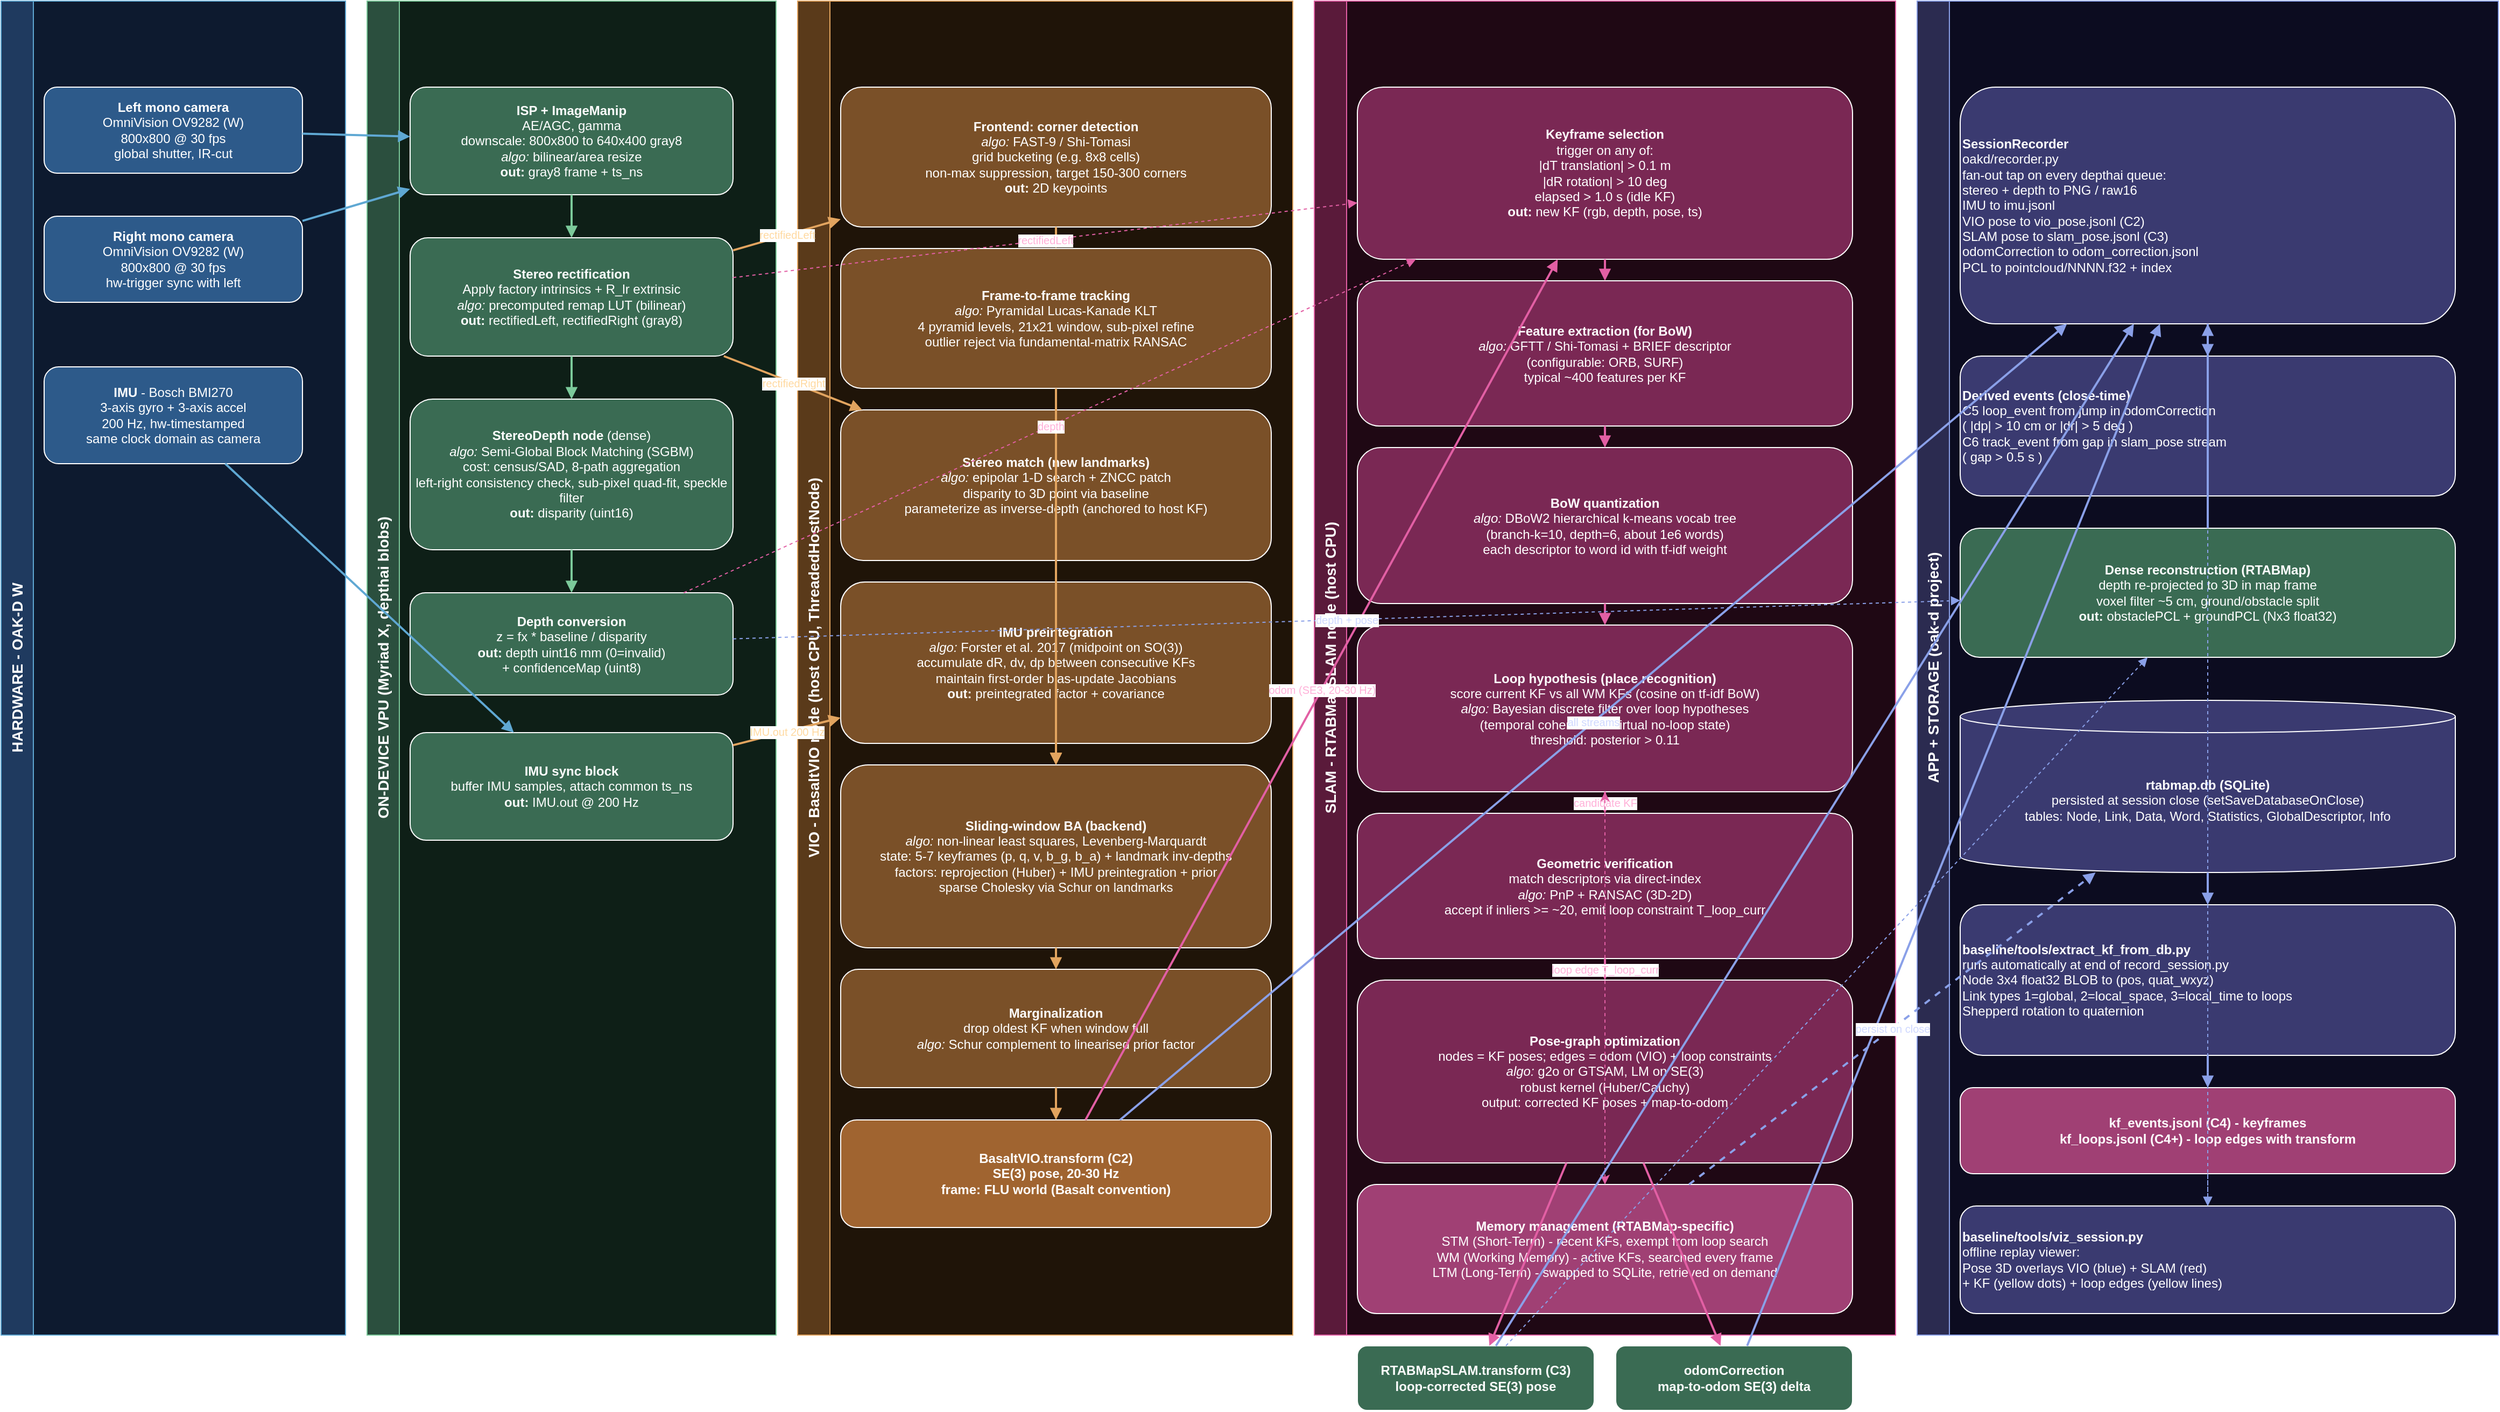
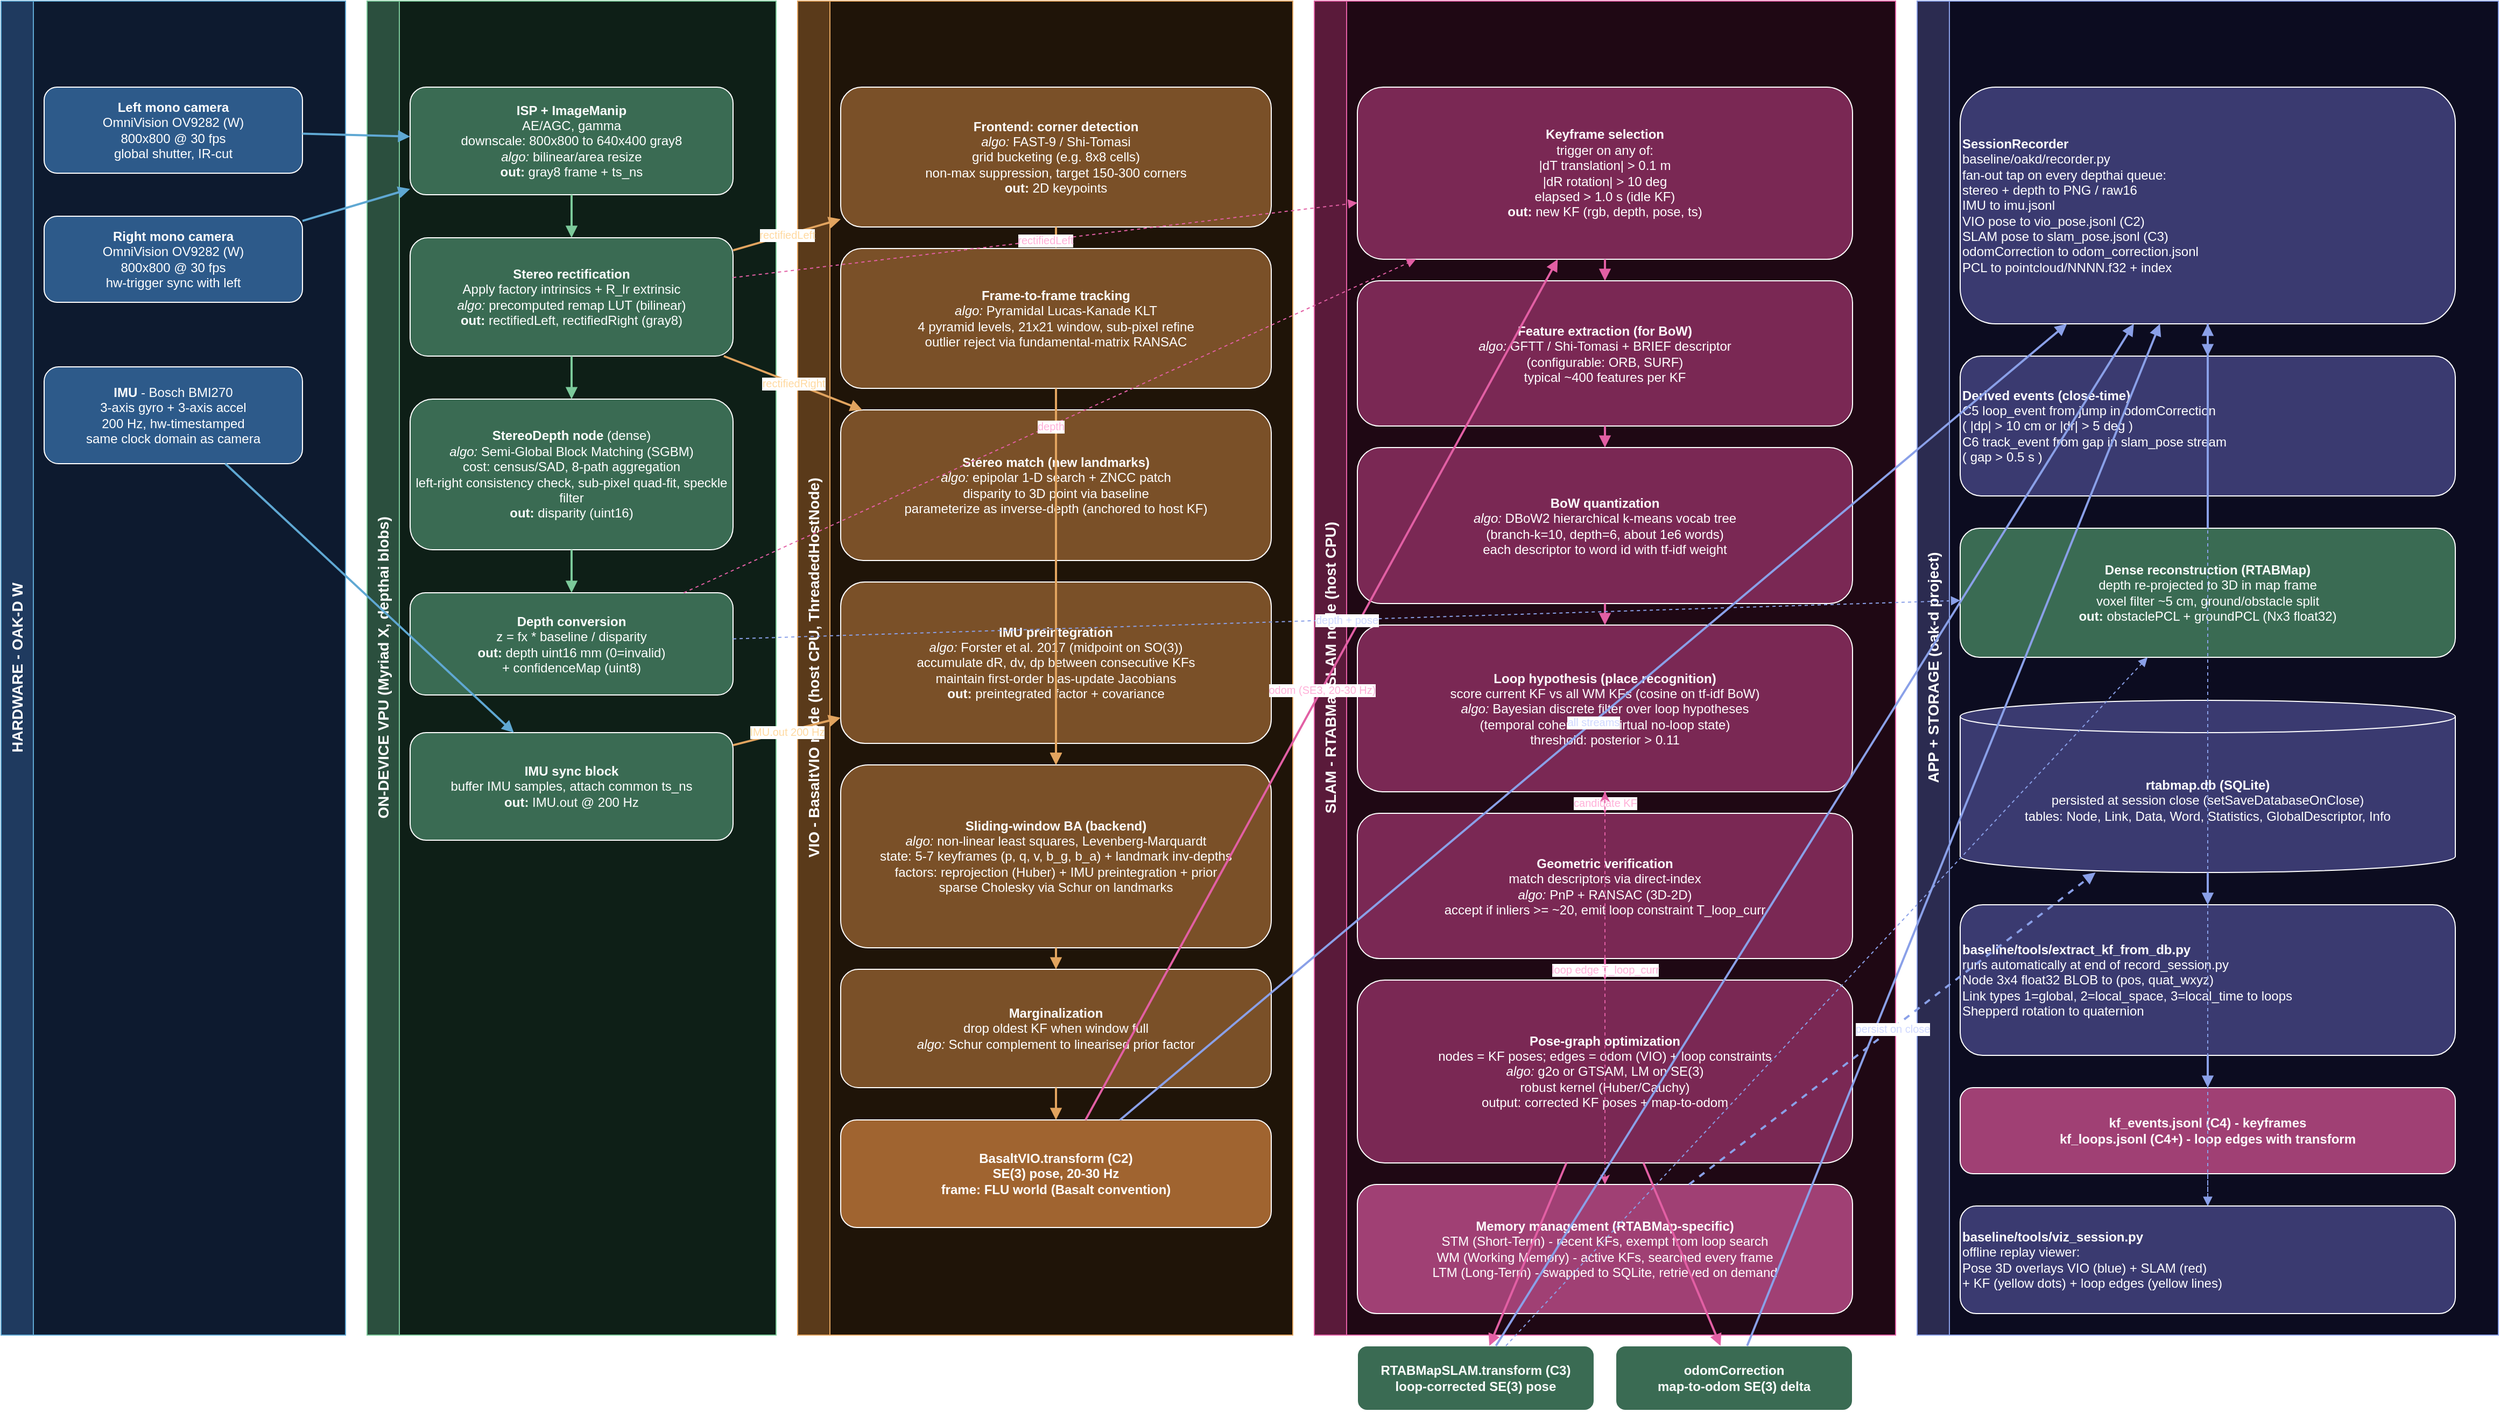
<mxfile host="app.diagrams.net" agent="copilot" version="24.0.0">
  <diagram name="OAK-D SLAM pipeline" id="pipeline">
    <mxGraphModel dx="1800" dy="1100" grid="1" gridSize="10" guides="1" tooltips="1" connect="1" arrows="1" fold="1" page="1" pageScale="1" pageWidth="2400" pageHeight="1400" math="0" shadow="0">
      <root>
        <mxCell id="0" />
        <mxCell id="1" parent="0" />
        <mxCell id="lane_hw" value="HARDWARE - OAK-D W" style="html=1;swimlane;horizontal=0;startSize=30;fillColor=#1f3a5f;strokeColor=#5fa8d3;fontColor=#ffffff;fontSize=14;fontStyle=1;swimlaneFillColor=#0d1a2f;" vertex="1" parent="1">
          <mxGeometry x="40" y="40" width="320" height="1240" as="geometry" />
        </mxCell>
        <mxCell id="lane_vpu" value="ON-DEVICE VPU (Myriad X, depthai blobs)" style="html=1;swimlane;horizontal=0;startSize=30;fillColor=#2b4f3e;strokeColor=#7bc99a;fontColor=#ffffff;fontSize=14;fontStyle=1;swimlaneFillColor=#0e1f17;" vertex="1" parent="1">
          <mxGeometry x="380" y="40" width="380" height="1240" as="geometry" />
        </mxCell>
        <mxCell id="lane_vio" value="VIO - BasaltVIO node (host CPU, ThreadedHostNode)" style="html=1;swimlane;horizontal=0;startSize=30;fillColor=#5a3a1a;strokeColor=#e2a45f;fontColor=#ffffff;fontSize=14;fontStyle=1;swimlaneFillColor=#1f1408;" vertex="1" parent="1">
          <mxGeometry x="780" y="40" width="460" height="1240" as="geometry" />
        </mxCell>
        <mxCell id="lane_slam" value="SLAM - RTABMapSLAM node (host CPU)" style="html=1;swimlane;horizontal=0;startSize=30;fillColor=#5a1a3a;strokeColor=#e25fa4;fontColor=#ffffff;fontSize=14;fontStyle=1;swimlaneFillColor=#1f0814;" vertex="1" parent="1">
          <mxGeometry x="1260" y="40" width="540" height="1240" as="geometry" />
        </mxCell>
        <mxCell id="lane_out" value="APP + STORAGE (oak-d project)" style="html=1;swimlane;horizontal=0;startSize=30;fillColor=#2b2b50;strokeColor=#8aa0e8;fontColor=#ffffff;fontSize=14;fontStyle=1;swimlaneFillColor=#0c0c20;" vertex="1" parent="1">
          <mxGeometry x="1820" y="40" width="540" height="1240" as="geometry" />
        </mxCell>
        <mxCell id="caml" value="&lt;b&gt;Left mono camera&lt;/b&gt;&#10;OmniVision OV9282 (W)&#10;800x800 @ 30 fps&#10;global shutter, IR-cut" style="html=1;rounded=1;fillColor=#2d5a8a;strokeColor=#ffffff;fontColor=#ffffff;align=center;whiteSpace=wrap;" vertex="1" parent="1">
          <mxGeometry x="80" y="120" width="240" height="80" as="geometry" />
        </mxCell>
        <mxCell id="camr" value="&lt;b&gt;Right mono camera&lt;/b&gt;&#10;OmniVision OV9282 (W)&#10;800x800 @ 30 fps&#10;hw-trigger sync with left" style="html=1;rounded=1;fillColor=#2d5a8a;strokeColor=#ffffff;fontColor=#ffffff;align=center;whiteSpace=wrap;" vertex="1" parent="1">
          <mxGeometry x="80" y="240" width="240" height="80" as="geometry" />
        </mxCell>
        <mxCell id="imu" value="&lt;b&gt;IMU&lt;/b&gt; - Bosch BMI270&#10;3-axis gyro + 3-axis accel&#10;200 Hz, hw-timestamped&#10;same clock domain as camera" style="html=1;rounded=1;fillColor=#2d5a8a;strokeColor=#ffffff;fontColor=#ffffff;align=center;whiteSpace=wrap;" vertex="1" parent="1">
          <mxGeometry x="80" y="380" width="240" height="90" as="geometry" />
        </mxCell>
        <mxCell id="isp" value="&lt;b&gt;ISP + ImageManip&lt;/b&gt;&#10;AE/AGC, gamma&#10;downscale: 800x800 to 640x400 gray8&#10;&lt;i&gt;algo:&lt;/i&gt; bilinear/area resize&#10;&lt;b&gt;out:&lt;/b&gt; gray8 frame + ts_ns" style="html=1;rounded=1;fillColor=#3a6b53;strokeColor=#ffffff;fontColor=#ffffff;align=center;whiteSpace=wrap;" vertex="1" parent="1">
          <mxGeometry x="420" y="120" width="300" height="100" as="geometry" />
        </mxCell>
        <mxCell id="rect" value="&lt;b&gt;Stereo rectification&lt;/b&gt;&#10;Apply factory intrinsics + R_lr extrinsic&#10;&lt;i&gt;algo:&lt;/i&gt; precomputed remap LUT (bilinear)&#10;&lt;b&gt;out:&lt;/b&gt; rectifiedLeft, rectifiedRight (gray8)" style="html=1;rounded=1;fillColor=#3a6b53;strokeColor=#ffffff;fontColor=#ffffff;align=center;whiteSpace=wrap;" vertex="1" parent="1">
          <mxGeometry x="420" y="260" width="300" height="110" as="geometry" />
        </mxCell>
        <mxCell id="sgbm" value="&lt;b&gt;StereoDepth node&lt;/b&gt; (dense)&#10;&lt;i&gt;algo:&lt;/i&gt; Semi-Global Block Matching (SGBM)&#10;cost: census/SAD, 8-path aggregation&#10;left-right consistency check, sub-pixel quad-fit, speckle filter&#10;&lt;b&gt;out:&lt;/b&gt; disparity (uint16)" style="html=1;rounded=1;fillColor=#3a6b53;strokeColor=#ffffff;fontColor=#ffffff;align=center;whiteSpace=wrap;" vertex="1" parent="1">
          <mxGeometry x="420" y="410" width="300" height="140" as="geometry" />
        </mxCell>
        <mxCell id="depth" value="&lt;b&gt;Depth conversion&lt;/b&gt;&#10;z = fx * baseline / disparity&#10;&lt;b&gt;out:&lt;/b&gt; depth uint16 mm (0=invalid)&#10;+ confidenceMap (uint8)" style="html=1;rounded=1;fillColor=#3a6b53;strokeColor=#ffffff;fontColor=#ffffff;align=center;whiteSpace=wrap;" vertex="1" parent="1">
          <mxGeometry x="420" y="590" width="300" height="95" as="geometry" />
        </mxCell>
        <mxCell id="imusync" value="&lt;b&gt;IMU sync block&lt;/b&gt;&#10;buffer IMU samples, attach common ts_ns&#10;&lt;b&gt;out:&lt;/b&gt; IMU.out @ 200 Hz" style="html=1;rounded=1;fillColor=#3a6b53;strokeColor=#ffffff;fontColor=#ffffff;align=center;whiteSpace=wrap;" vertex="1" parent="1">
          <mxGeometry x="420" y="720" width="300" height="100" as="geometry" />
        </mxCell>
        <mxCell id="fast" value="&lt;b&gt;Frontend: corner detection&lt;/b&gt;&#10;&lt;i&gt;algo:&lt;/i&gt; FAST-9 / Shi-Tomasi&#10;grid bucketing (e.g. 8x8 cells)&#10;non-max suppression, target 150-300 corners&#10;&lt;b&gt;out:&lt;/b&gt; 2D keypoints" style="html=1;rounded=1;fillColor=#7a5028;strokeColor=#ffffff;fontColor=#ffffff;align=center;whiteSpace=wrap;" vertex="1" parent="1">
          <mxGeometry x="820" y="120" width="400" height="130" as="geometry" />
        </mxCell>
        <mxCell id="klt" value="&lt;b&gt;Frame-to-frame tracking&lt;/b&gt;&#10;&lt;i&gt;algo:&lt;/i&gt; Pyramidal Lucas-Kanade KLT&#10;4 pyramid levels, 21x21 window, sub-pixel refine&#10;outlier reject via fundamental-matrix RANSAC" style="html=1;rounded=1;fillColor=#7a5028;strokeColor=#ffffff;fontColor=#ffffff;align=center;whiteSpace=wrap;" vertex="1" parent="1">
          <mxGeometry x="820" y="270" width="400" height="130" as="geometry" />
        </mxCell>
        <mxCell id="stmatch" value="&lt;b&gt;Stereo match (new landmarks)&lt;/b&gt;&#10;&lt;i&gt;algo:&lt;/i&gt; epipolar 1-D search + ZNCC patch&#10;disparity to 3D point via baseline&#10;parameterize as inverse-depth (anchored to host KF)" style="html=1;rounded=1;fillColor=#7a5028;strokeColor=#ffffff;fontColor=#ffffff;align=center;whiteSpace=wrap;" vertex="1" parent="1">
          <mxGeometry x="820" y="420" width="400" height="140" as="geometry" />
        </mxCell>
        <mxCell id="preimu" value="&lt;b&gt;IMU preintegration&lt;/b&gt;&#10;&lt;i&gt;algo:&lt;/i&gt; Forster et al. 2017 (midpoint on SO(3))&#10;accumulate dR, dv, dp between consecutive KFs&#10;maintain first-order bias-update Jacobians&#10;&lt;b&gt;out:&lt;/b&gt; preintegrated factor + covariance" style="html=1;rounded=1;fillColor=#7a5028;strokeColor=#ffffff;fontColor=#ffffff;align=center;whiteSpace=wrap;" vertex="1" parent="1">
          <mxGeometry x="820" y="580" width="400" height="150" as="geometry" />
        </mxCell>
        <mxCell id="ba" value="&lt;b&gt;Sliding-window BA (backend)&lt;/b&gt;&#10;&lt;i&gt;algo:&lt;/i&gt; non-linear least squares, Levenberg-Marquardt&#10;state: 5-7 keyframes (p, q, v, b_g, b_a) + landmark inv-depths&#10;factors: reprojection (Huber) + IMU preintegration + prior&#10;sparse Cholesky via Schur on landmarks" style="html=1;rounded=1;fillColor=#7a5028;strokeColor=#ffffff;fontColor=#ffffff;align=center;whiteSpace=wrap;" vertex="1" parent="1">
          <mxGeometry x="820" y="750" width="400" height="170" as="geometry" />
        </mxCell>
        <mxCell id="marg" value="&lt;b&gt;Marginalization&lt;/b&gt;&#10;drop oldest KF when window full&#10;&lt;i&gt;algo:&lt;/i&gt; Schur complement to linearised prior factor" style="html=1;rounded=1;fillColor=#7a5028;strokeColor=#ffffff;fontColor=#ffffff;align=center;whiteSpace=wrap;" vertex="1" parent="1">
          <mxGeometry x="820" y="940" width="400" height="110" as="geometry" />
        </mxCell>
        <mxCell id="posev" value="&lt;b&gt;BasaltVIO.transform&lt;/b&gt; (C2)&#10;SE(3) pose, 20-30 Hz&#10;frame: FLU world (Basalt convention)" style="html=1;rounded=1;fillColor=#a06430;strokeColor=#ffffff;fontColor=#ffffff;align=center;whiteSpace=wrap;fontStyle=1;" vertex="1" parent="1">
          <mxGeometry x="820" y="1080" width="400" height="100" as="geometry" />
        </mxCell>
        <mxCell id="kfsel" value="&lt;b&gt;Keyframe selection&lt;/b&gt;&#10;trigger on any of:&#10;  |dT translation| &gt; 0.1 m&#10;  |dR rotation| &gt; 10 deg&#10;  elapsed &gt; 1.0 s (idle KF)&#10;&lt;b&gt;out:&lt;/b&gt; new KF (rgb, depth, pose, ts)" style="html=1;rounded=1;fillColor=#7a2854;strokeColor=#ffffff;fontColor=#ffffff;align=center;whiteSpace=wrap;" vertex="1" parent="1">
          <mxGeometry x="1300" y="120" width="460" height="160" as="geometry" />
        </mxCell>
        <mxCell id="fex" value="&lt;b&gt;Feature extraction (for BoW)&lt;/b&gt;&#10;&lt;i&gt;algo:&lt;/i&gt; GFTT / Shi-Tomasi + BRIEF descriptor&#10;(configurable: ORB, SURF)&#10;typical ~400 features per KF" style="html=1;rounded=1;fillColor=#7a2854;strokeColor=#ffffff;fontColor=#ffffff;align=center;whiteSpace=wrap;" vertex="1" parent="1">
          <mxGeometry x="1300" y="300" width="460" height="135" as="geometry" />
        </mxCell>
        <mxCell id="bow" value="&lt;b&gt;BoW quantization&lt;/b&gt;&#10;&lt;i&gt;algo:&lt;/i&gt; DBoW2 hierarchical k-means vocab tree&#10;(branch-k=10, depth=6, about 1e6 words)&#10;each descriptor to word id with tf-idf weight" style="html=1;rounded=1;fillColor=#7a2854;strokeColor=#ffffff;fontColor=#ffffff;align=center;whiteSpace=wrap;" vertex="1" parent="1">
          <mxGeometry x="1300" y="455" width="460" height="145" as="geometry" />
        </mxCell>
        <mxCell id="bay" value="&lt;b&gt;Loop hypothesis (place recognition)&lt;/b&gt;&#10;score current KF vs all WM KFs (cosine on tf-idf BoW)&#10;&lt;i&gt;algo:&lt;/i&gt; Bayesian discrete filter over loop hypotheses&#10;(temporal coherence + virtual no-loop state)&#10;threshold: posterior &gt; 0.11" style="html=1;rounded=1;fillColor=#7a2854;strokeColor=#ffffff;fontColor=#ffffff;align=center;whiteSpace=wrap;" vertex="1" parent="1">
          <mxGeometry x="1300" y="620" width="460" height="155" as="geometry" />
        </mxCell>
        <mxCell id="pnp" value="&lt;b&gt;Geometric verification&lt;/b&gt;&#10;match descriptors via direct-index&#10;&lt;i&gt;algo:&lt;/i&gt; PnP + RANSAC (3D-2D)&#10;accept if inliers &gt;= ~20, emit loop constraint T_loop_curr" style="html=1;rounded=1;fillColor=#7a2854;strokeColor=#ffffff;fontColor=#ffffff;align=center;whiteSpace=wrap;" vertex="1" parent="1">
          <mxGeometry x="1300" y="795" width="460" height="135" as="geometry" />
        </mxCell>
        <mxCell id="pg" value="&lt;b&gt;Pose-graph optimization&lt;/b&gt;&#10;nodes = KF poses; edges = odom (VIO) + loop constraints&#10;&lt;i&gt;algo:&lt;/i&gt; g2o or GTSAM, LM on SE(3)&#10;robust kernel (Huber/Cauchy)&#10;output: corrected KF poses + map-to-odom" style="html=1;rounded=1;fillColor=#7a2854;strokeColor=#ffffff;fontColor=#ffffff;align=center;whiteSpace=wrap;" vertex="1" parent="1">
          <mxGeometry x="1300" y="950" width="460" height="170" as="geometry" />
        </mxCell>
        <mxCell id="mem" value="&lt;b&gt;Memory management (RTABMap-specific)&lt;/b&gt;&#10;STM (Short-Term) - recent KFs, exempt from loop search&#10;WM (Working Memory) - active KFs, searched every frame&#10;LTM (Long-Term) - swapped to SQLite, retrieved on demand" style="html=1;rounded=1;fillColor=#a04074;strokeColor=#ffffff;fontColor=#ffffff;align=center;whiteSpace=wrap;" vertex="1" parent="1">
          <mxGeometry x="1300" y="1140" width="460" height="120" as="geometry" />
        </mxCell>
        <mxCell id="poses" value="&lt;b&gt;RTABMapSLAM.transform&lt;/b&gt; (C3)&#10;loop-corrected SE(3) pose" style="html=1;rounded=1;fillColor=#3a6b53;strokeColor=#ffffff;fontColor=#ffffff;align=center;whiteSpace=wrap;fontStyle=1;" vertex="1" parent="1">
          <mxGeometry x="1300" y="1290" width="220" height="60" as="geometry" />
        </mxCell>
        <mxCell id="corr" value="&lt;b&gt;odomCorrection&lt;/b&gt;&#10;map-to-odom SE(3) delta" style="html=1;rounded=1;fillColor=#3a6b53;strokeColor=#ffffff;fontColor=#ffffff;align=center;whiteSpace=wrap;fontStyle=1;" vertex="1" parent="1">
          <mxGeometry x="1540" y="1290" width="220" height="60" as="geometry" />
        </mxCell>
-         <mxCell id="rec" value="&lt;b&gt;SessionRecorder&lt;/b&gt;&#10;oakd/recorder.py&#10;fan-out tap on every depthai queue:&#10;  stereo + depth to PNG / raw16&#10;  IMU to imu.jsonl&#10;  VIO pose to vio_pose.jsonl (C2)&#10;  SLAM pose to slam_pose.jsonl (C3)&#10;  odomCorrection to odom_correction.jsonl&#10;  PCL to pointcloud/NNNN.f32 + index" style="html=1;rounded=1;fillColor=#3a3a70;strokeColor=#ffffff;fontColor=#ffffff;align=left;whiteSpace=wrap;" vertex="1" parent="1">
+         <mxCell id="rec" value="&lt;b&gt;SessionRecorder&lt;/b&gt;&#10;baseline/oakd/recorder.py&#10;fan-out tap on every depthai queue:&#10;  stereo + depth to PNG / raw16&#10;  IMU to imu.jsonl&#10;  VIO pose to vio_pose.jsonl (C2)&#10;  SLAM pose to slam_pose.jsonl (C3)&#10;  odomCorrection to odom_correction.jsonl&#10;  PCL to pointcloud/NNNN.f32 + index" style="html=1;rounded=1;fillColor=#3a3a70;strokeColor=#ffffff;fontColor=#ffffff;align=left;whiteSpace=wrap;" vertex="1" parent="1">
          <mxGeometry x="1860" y="120" width="460" height="220" as="geometry" />
        </mxCell>
        <mxCell id="derived" value="&lt;b&gt;Derived events (close-time)&lt;/b&gt;&#10;C5 loop_event from jump in odomCorrection&#10;   ( |dp| &gt; 10 cm or |dr| &gt; 5 deg )&#10;C6 track_event from gap in slam_pose stream&#10;   ( gap &gt; 0.5 s )" style="html=1;rounded=1;fillColor=#3a3a70;strokeColor=#ffffff;fontColor=#ffffff;align=left;whiteSpace=wrap;" vertex="1" parent="1">
          <mxGeometry x="1860" y="370" width="460" height="130" as="geometry" />
        </mxCell>
        <mxCell id="pcl" value="&lt;b&gt;Dense reconstruction (RTABMap)&lt;/b&gt;&#10;depth re-projected to 3D in map frame&#10;voxel filter ~5 cm, ground/obstacle split&#10;&lt;b&gt;out:&lt;/b&gt; obstaclePCL + groundPCL (Nx3 float32)" style="html=1;rounded=1;fillColor=#3a6b53;strokeColor=#ffffff;fontColor=#ffffff;align=center;whiteSpace=wrap;" vertex="1" parent="1">
          <mxGeometry x="1860" y="530" width="460" height="120" as="geometry" />
        </mxCell>
        <mxCell id="db" value="&lt;b&gt;rtabmap.db (SQLite)&lt;/b&gt;&#10;persisted at session close (setSaveDatabaseOnClose)&#10;tables: Node, Link, Data, Word, Statistics, GlobalDescriptor, Info" style="shape=cylinder3;whiteSpace=wrap;html=1;boundedLbl=1;backgroundOutline=1;fillColor=#3a3a70;strokeColor=#ffffff;fontColor=#ffffff;align=center;" vertex="1" parent="1">
          <mxGeometry x="1860" y="690" width="460" height="160" as="geometry" />
        </mxCell>
        <mxCell id="ext" value="&lt;b&gt;baseline/tools/extract_kf_from_db.py&lt;/b&gt;&#10;runs automatically at end of record_session.py&#10;Node 3x4 float32 BLOB to (pos, quat_wxyz)&#10;Link types 1=global, 2=local_space, 3=local_time to loops&#10;Shepperd rotation to quaternion" style="html=1;rounded=1;fillColor=#3a3a70;strokeColor=#ffffff;fontColor=#ffffff;align=left;whiteSpace=wrap;" vertex="1" parent="1">
          <mxGeometry x="1860" y="880" width="460" height="140" as="geometry" />
        </mxCell>
        <mxCell id="kfjl" value="&lt;b&gt;kf_events.jsonl (C4)&lt;/b&gt; - keyframes&#10;&lt;b&gt;kf_loops.jsonl (C4+)&lt;/b&gt; - loop edges with transform" style="html=1;rounded=1;fillColor=#a04074;strokeColor=#ffffff;fontColor=#ffffff;align=center;whiteSpace=wrap;fontStyle=1;" vertex="1" parent="1">
          <mxGeometry x="1860" y="1050" width="460" height="80" as="geometry" />
        </mxCell>
        <mxCell id="viz" value="&lt;b&gt;baseline/tools/viz_session.py&lt;/b&gt;&#10;offline replay viewer:&#10;Pose 3D overlays VIO (blue) + SLAM (red)&#10;+ KF (yellow dots) + loop edges (yellow lines)" style="html=1;rounded=1;fillColor=#3a3a70;strokeColor=#ffffff;fontColor=#ffffff;align=left;whiteSpace=wrap;" vertex="1" parent="1">
          <mxGeometry x="1860" y="1160" width="460" height="100" as="geometry" />
        </mxCell>
        <mxCell id="e1" style="endArrow=block;html=1;strokeColor=#5fa8d3;strokeWidth=2;" edge="1" parent="1" source="caml" target="isp"><mxGeometry relative="1" as="geometry" /></mxCell>
        <mxCell id="e2" style="endArrow=block;html=1;strokeColor=#5fa8d3;strokeWidth=2;" edge="1" parent="1" source="camr" target="isp"><mxGeometry relative="1" as="geometry" /></mxCell>
        <mxCell id="e3" style="endArrow=block;html=1;strokeColor=#5fa8d3;strokeWidth=2;" edge="1" parent="1" source="imu" target="imusync"><mxGeometry relative="1" as="geometry" /></mxCell>
        <mxCell id="e4" style="endArrow=block;html=1;strokeColor=#7bc99a;strokeWidth=2;" edge="1" parent="1" source="isp" target="rect"><mxGeometry relative="1" as="geometry" /></mxCell>
        <mxCell id="e5" style="endArrow=block;html=1;strokeColor=#7bc99a;strokeWidth=2;" edge="1" parent="1" source="rect" target="sgbm"><mxGeometry relative="1" as="geometry" /></mxCell>
        <mxCell id="e6" style="endArrow=block;html=1;strokeColor=#7bc99a;strokeWidth=2;" edge="1" parent="1" source="sgbm" target="depth"><mxGeometry relative="1" as="geometry" /></mxCell>
        <mxCell id="e7" value="rectifiedLeft" style="endArrow=block;html=1;strokeColor=#e2a45f;strokeWidth=2;fontColor=#ffd9a0;fontSize=10;" edge="1" parent="1" source="rect" target="fast"><mxGeometry relative="1" as="geometry" /></mxCell>
        <mxCell id="e8" value="rectifiedRight" style="endArrow=block;html=1;strokeColor=#e2a45f;strokeWidth=2;fontColor=#ffd9a0;fontSize=10;" edge="1" parent="1" source="rect" target="stmatch"><mxGeometry relative="1" as="geometry" /></mxCell>
        <mxCell id="e9" value="IMU.out 200 Hz" style="endArrow=block;html=1;strokeColor=#e2a45f;strokeWidth=2;fontColor=#ffd9a0;fontSize=10;" edge="1" parent="1" source="imusync" target="preimu"><mxGeometry relative="1" as="geometry" /></mxCell>
        <mxCell id="e10" style="endArrow=block;html=1;strokeColor=#e2a45f;strokeWidth=2;" edge="1" parent="1" source="fast" target="klt"><mxGeometry relative="1" as="geometry" /></mxCell>
        <mxCell id="e11" style="endArrow=block;html=1;strokeColor=#e2a45f;strokeWidth=2;" edge="1" parent="1" source="klt" target="ba"><mxGeometry relative="1" as="geometry" /></mxCell>
        <mxCell id="e12" style="endArrow=block;html=1;strokeColor=#e2a45f;strokeWidth=2;" edge="1" parent="1" source="stmatch" target="ba"><mxGeometry relative="1" as="geometry" /></mxCell>
        <mxCell id="e13" style="endArrow=block;html=1;strokeColor=#e2a45f;strokeWidth=2;" edge="1" parent="1" source="preimu" target="ba"><mxGeometry relative="1" as="geometry" /></mxCell>
        <mxCell id="e14" style="endArrow=block;html=1;strokeColor=#e2a45f;strokeWidth=2;" edge="1" parent="1" source="ba" target="marg"><mxGeometry relative="1" as="geometry" /></mxCell>
        <mxCell id="e15" style="endArrow=block;html=1;strokeColor=#e2a45f;strokeWidth=2;" edge="1" parent="1" source="marg" target="posev"><mxGeometry relative="1" as="geometry" /></mxCell>
        <mxCell id="e16" value="odom (SE3, 20-30 Hz)" style="endArrow=block;html=1;strokeColor=#e25fa4;strokeWidth=2;fontColor=#ffb0d8;fontSize=10;" edge="1" parent="1" source="posev" target="kfsel"><mxGeometry relative="1" as="geometry" /></mxCell>
        <mxCell id="e17" value="rectifiedLeft" style="endArrow=block;html=1;strokeColor=#e25fa4;strokeWidth=1;dashed=1;fontColor=#ffb0d8;fontSize=10;" edge="1" parent="1" source="rect" target="kfsel"><mxGeometry relative="1" as="geometry" /></mxCell>
        <mxCell id="e18" value="depth" style="endArrow=block;html=1;strokeColor=#e25fa4;strokeWidth=1;dashed=1;fontColor=#ffb0d8;fontSize=10;" edge="1" parent="1" source="depth" target="kfsel"><mxGeometry relative="1" as="geometry" /></mxCell>
        <mxCell id="e19" style="endArrow=block;html=1;strokeColor=#e25fa4;strokeWidth=2;" edge="1" parent="1" source="kfsel" target="fex"><mxGeometry relative="1" as="geometry" /></mxCell>
        <mxCell id="e20" style="endArrow=block;html=1;strokeColor=#e25fa4;strokeWidth=2;" edge="1" parent="1" source="fex" target="bow"><mxGeometry relative="1" as="geometry" /></mxCell>
        <mxCell id="e21" style="endArrow=block;html=1;strokeColor=#e25fa4;strokeWidth=2;" edge="1" parent="1" source="bow" target="bay"><mxGeometry relative="1" as="geometry" /></mxCell>
        <mxCell id="e22" value="candidate KF" style="endArrow=block;html=1;strokeColor=#e25fa4;strokeWidth=2;fontColor=#ffb0d8;fontSize=10;" edge="1" parent="1" source="bay" target="pnp"><mxGeometry relative="1" as="geometry" /></mxCell>
        <mxCell id="e23" value="loop edge T_loop_curr" style="endArrow=block;html=1;strokeColor=#e25fa4;strokeWidth=2;fontColor=#ffb0d8;fontSize=10;" edge="1" parent="1" source="pnp" target="pg"><mxGeometry relative="1" as="geometry" /></mxCell>
        <mxCell id="e24" style="endArrow=classic;startArrow=classic;html=1;strokeColor=#e25fa4;strokeWidth=1;dashed=1;" edge="1" parent="1" source="mem" target="bay"><mxGeometry relative="1" as="geometry" /></mxCell>
        <mxCell id="e25" style="endArrow=block;html=1;strokeColor=#e25fa4;strokeWidth=2;" edge="1" parent="1" source="pg" target="poses"><mxGeometry relative="1" as="geometry" /></mxCell>
        <mxCell id="e26" style="endArrow=block;html=1;strokeColor=#e25fa4;strokeWidth=2;" edge="1" parent="1" source="pg" target="corr"><mxGeometry relative="1" as="geometry" /></mxCell>
        <mxCell id="e27" value="depth + pose" style="endArrow=block;html=1;strokeColor=#8aa0e8;strokeWidth=1;dashed=1;fontColor=#cfd8ff;fontSize=10;" edge="1" parent="1" source="depth" target="pcl"><mxGeometry relative="1" as="geometry" /></mxCell>
        <mxCell id="e28" style="endArrow=block;html=1;strokeColor=#8aa0e8;strokeWidth=1;dashed=1;" edge="1" parent="1" source="poses" target="pcl"><mxGeometry relative="1" as="geometry" /></mxCell>
        <mxCell id="e29" value="all streams" style="endArrow=block;html=1;strokeColor=#8aa0e8;strokeWidth=2;fontColor=#cfd8ff;fontSize=10;" edge="1" parent="1" source="posev" target="rec"><mxGeometry relative="1" as="geometry" /></mxCell>
        <mxCell id="e30" style="endArrow=block;html=1;strokeColor=#8aa0e8;strokeWidth=2;" edge="1" parent="1" source="poses" target="rec"><mxGeometry relative="1" as="geometry" /></mxCell>
        <mxCell id="e31" style="endArrow=block;html=1;strokeColor=#8aa0e8;strokeWidth=2;" edge="1" parent="1" source="corr" target="rec"><mxGeometry relative="1" as="geometry" /></mxCell>
        <mxCell id="e32" style="endArrow=block;html=1;strokeColor=#8aa0e8;strokeWidth=2;" edge="1" parent="1" source="pcl" target="rec"><mxGeometry relative="1" as="geometry" /></mxCell>
        <mxCell id="e33" style="endArrow=block;html=1;strokeColor=#8aa0e8;strokeWidth=2;" edge="1" parent="1" source="rec" target="derived"><mxGeometry relative="1" as="geometry" /></mxCell>
        <mxCell id="e34" value="persist on close" style="endArrow=block;html=1;strokeColor=#8aa0e8;strokeWidth=2;dashed=1;fontColor=#cfd8ff;fontSize=10;" edge="1" parent="1" source="mem" target="db"><mxGeometry relative="1" as="geometry" /></mxCell>
        <mxCell id="e35" style="endArrow=block;html=1;strokeColor=#8aa0e8;strokeWidth=2;" edge="1" parent="1" source="db" target="ext"><mxGeometry relative="1" as="geometry" /></mxCell>
        <mxCell id="e36" style="endArrow=block;html=1;strokeColor=#8aa0e8;strokeWidth=2;" edge="1" parent="1" source="ext" target="kfjl"><mxGeometry relative="1" as="geometry" /></mxCell>
        <mxCell id="e37" style="endArrow=block;html=1;strokeColor=#8aa0e8;strokeWidth=1;dashed=1;" edge="1" parent="1" source="rec" target="viz"><mxGeometry relative="1" as="geometry" /></mxCell>
        <mxCell id="e38" style="endArrow=block;html=1;strokeColor=#8aa0e8;strokeWidth=1;dashed=1;" edge="1" parent="1" source="kfjl" target="viz"><mxGeometry relative="1" as="geometry" /></mxCell>
      </root>
    </mxGraphModel>
  </diagram>
</mxfile>